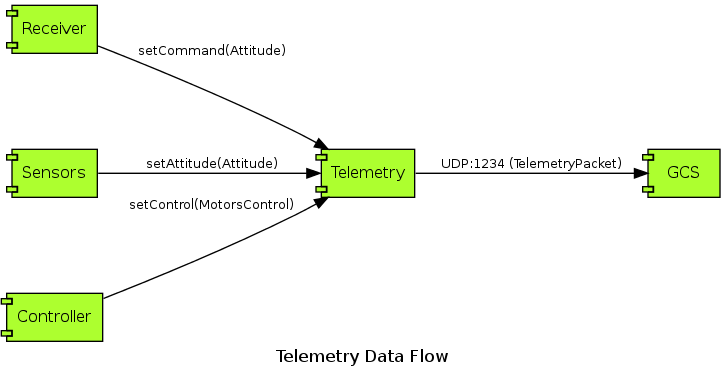
Above: doc/data_flow_telemetry.dot.png in cepr/hummingdroid-flightapp (Graphviz), before the change. Its source is kept beside it as doc/data_flow_telemetry.dot.
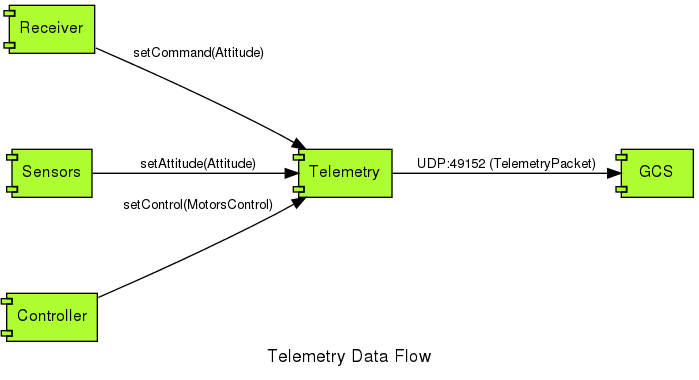
Above is the later version.

Change to the diagram source:
```diff
@@ -1,15 +1,16 @@
 digraph G {
     rankdir=LR;
     nodesep = 1.0;
+    fontname = "Nimbus Sans L";
     fontsize = 13;
     label = "Telemetry Data Flow";
 
-    node [ shape="component", fontsize=12, style=filled, fillcolor=greenyellow ];
+    node [ shape="component", fontname = "Nimbus Sans L", fontsize=12, style=filled, fillcolor=greenyellow ];
 
-    edge [ fontsize=10 ];
+    edge [ fontname = "Nimbus Sans L", fontsize=10 ];
 
     Receiver -> Telemetry [ label="setCommand(Attitude)" ];
     Sensors -> Telemetry [ label="setAttitude(Attitude)" ];
     Controller -> Telemetry [ label="setControl(MotorsControl)" ];
-    Telemetry -> GCS [ label="UDP:1234 (TelemetryPacket)" ];
+    Telemetry -> GCS [ label="UDP:49152 (TelemetryPacket)" ];
 }
```
